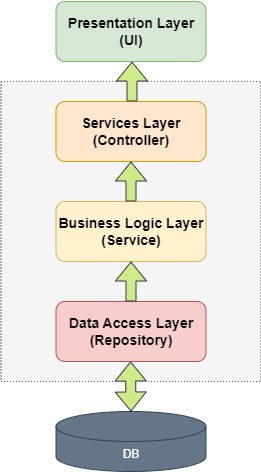
ETomi24/Webshop-backend keeps this draw.io diagram as Docs/monolitic.png. Above is the earlier version. Source tidied: cells renumbered, new cells last; positions are measured from the earlier drawing's top-left corner, leaving out a move shared by most shapes.
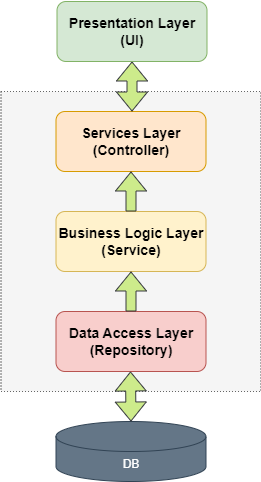
The same file after the commit.

The edit, as a diff of the source:
```diff
@@ -22,14 +22,13 @@
         <mxPoint x="130.5" y="200" as="sourcePoint" />
       </mxGeometry>
     </mxCell>
-    <mxCell id="8" style="shape=flexArrow;endArrow=classic;html=1;rounded=0;entryX=0.5;entryY=1;entryDx=0;entryDy=0;fillColor=#cdeb8b;strokeColor=#36393d;" parent="1" edge="1">
+    <mxCell id="8" style="shape=flexArrow;endArrow=classic;html=1;rounded=0;entryX=0.5;entryY=1;entryDx=0;entryDy=0;fillColor=#cdeb8b;strokeColor=#36393d;startArrow=block;" parent="1" edge="1" target="9">
       <mxGeometry relative="1" as="geometry">
         <mxPoint x="131.5" y="100" as="sourcePoint" />
-        <mxPoint x="131.5" y="60" as="targetPoint" />
       </mxGeometry>
     </mxCell>
     <mxCell id="9" value="&lt;h3&gt;Presentation Layer&lt;br&gt;(UI)&lt;/h3&gt;" style="rounded=1;whiteSpace=wrap;html=1;fillColor=#d5e8d4;strokeColor=#82b366;" parent="1" vertex="1">
-      <mxGeometry x="55.5" width="150" height="60" as="geometry" />
+      <mxGeometry x="56.5" y="-10" width="150" height="60" as="geometry" />
     </mxCell>
     <mxCell id="10" value="DB" style="shape=cylinder3;whiteSpace=wrap;html=1;boundedLbl=1;backgroundOutline=1;size=15;fillColor=#647687;fontColor=#ffffff;strokeColor=#314354;" parent="1" vertex="1">
       <mxGeometry x="55.5" y="410" width="150" height="60" as="geometry" />
```
